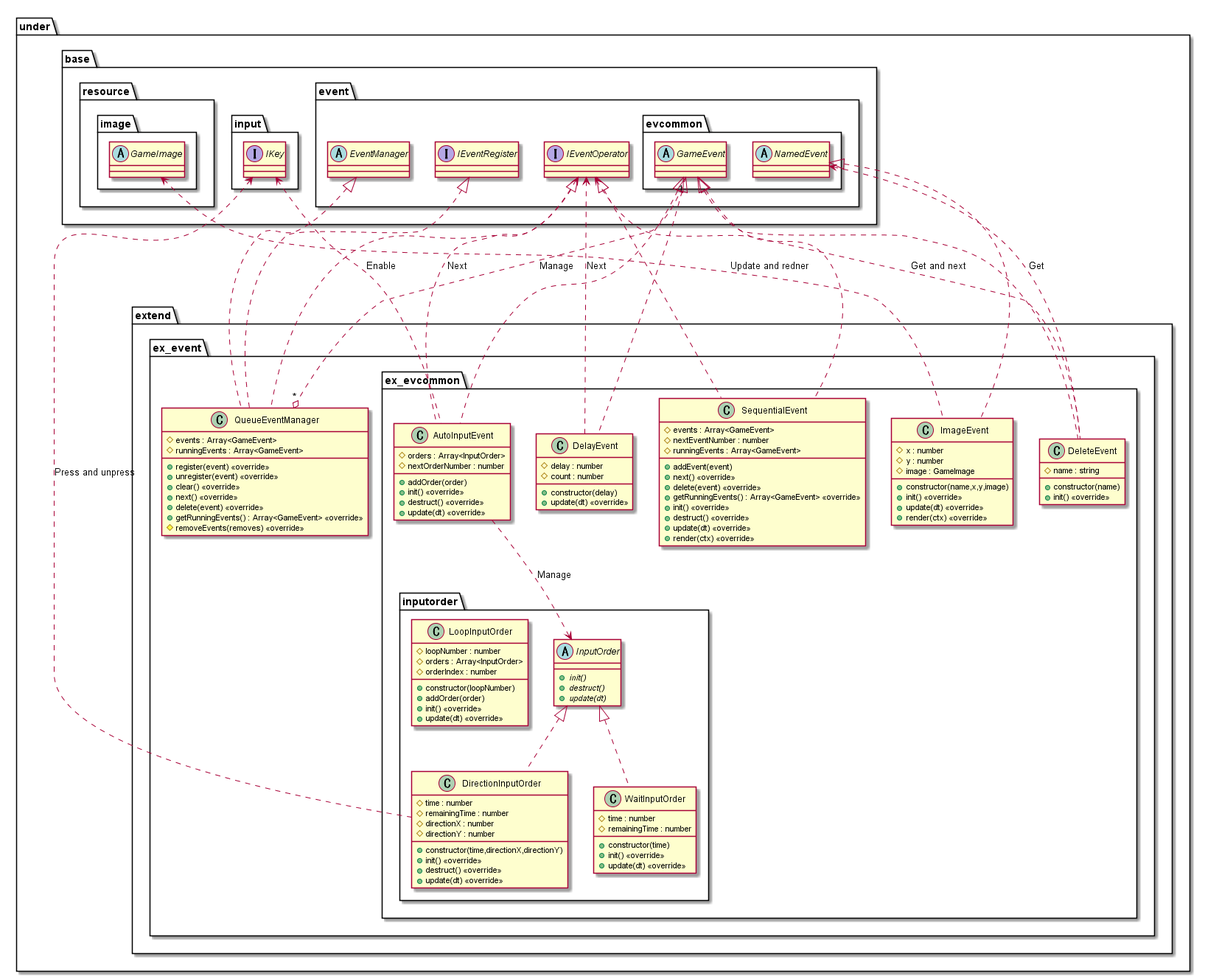
Expine/Under keeps this PlantUML diagram as out/uml/event/Extend/EventExtend.png. Above is the earlier version.
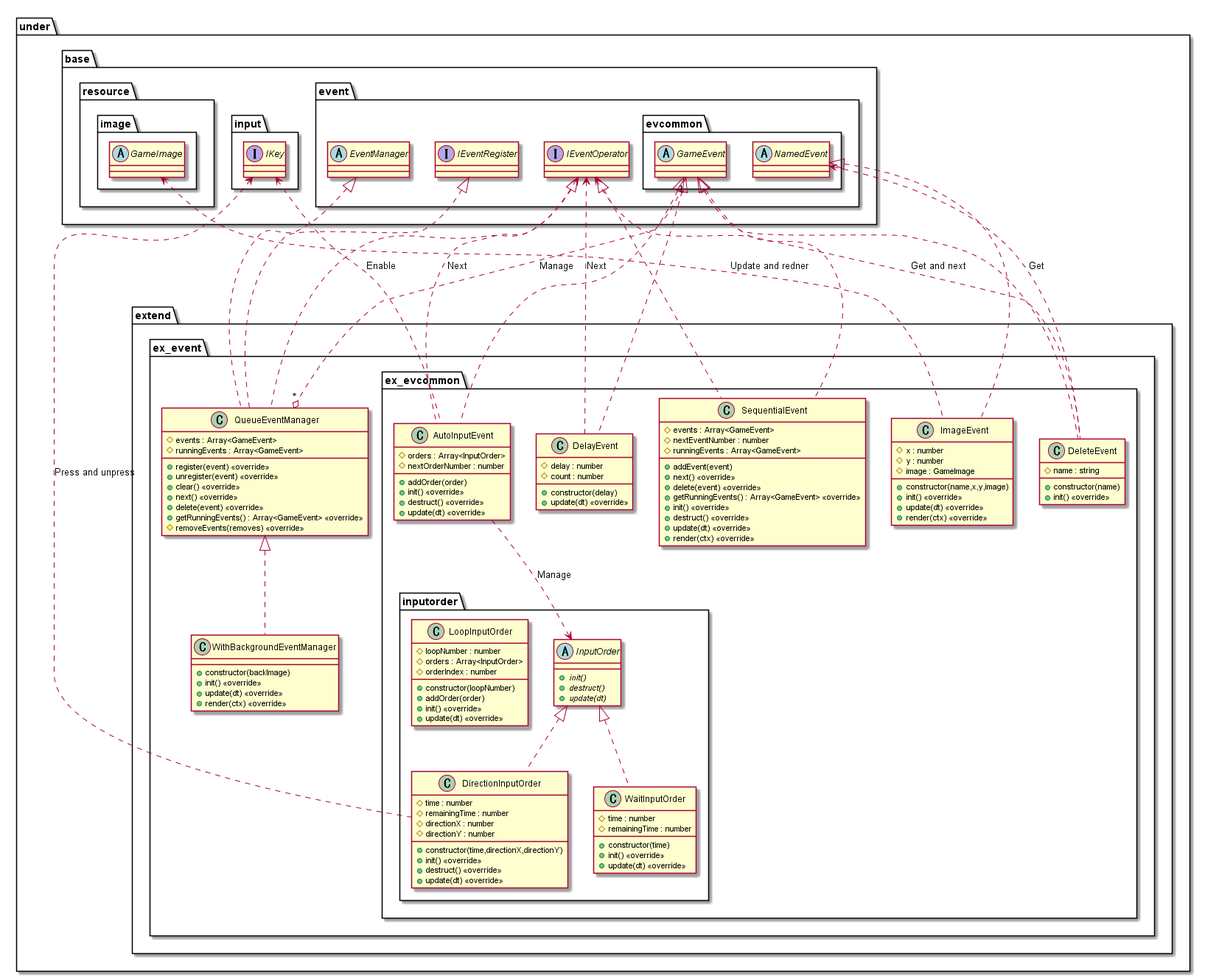
After the commit.

Diff of the diagram source:
```diff
@@ -13,6 +13,12 @@
                 +delete(event) <<override>>
                 +getRunningEvents() : Array<GameEvent> <<override>>
                 #removeEvents(removes) <<override>>
+            }
+            class WithBackgroundEventManager {
+                +constructor(backImage)
+                +init() <<override>>
+                +update(dt) <<override>>
+                +render(ctx) <<override>>
             }
             package ex_evcommon {
                 package inputorder {
@@ -130,6 +136,7 @@
 EventManager <|... QueueEventManager
 IEventRegister <|... QueueEventManager
 IEventOperator <|... QueueEventManager
+QueueEventManager<|.. WithBackgroundEventManager
 
 InputOrder <|.. DirectionInputOrder
 InputOrder <|.. WaitInputOrder
```
